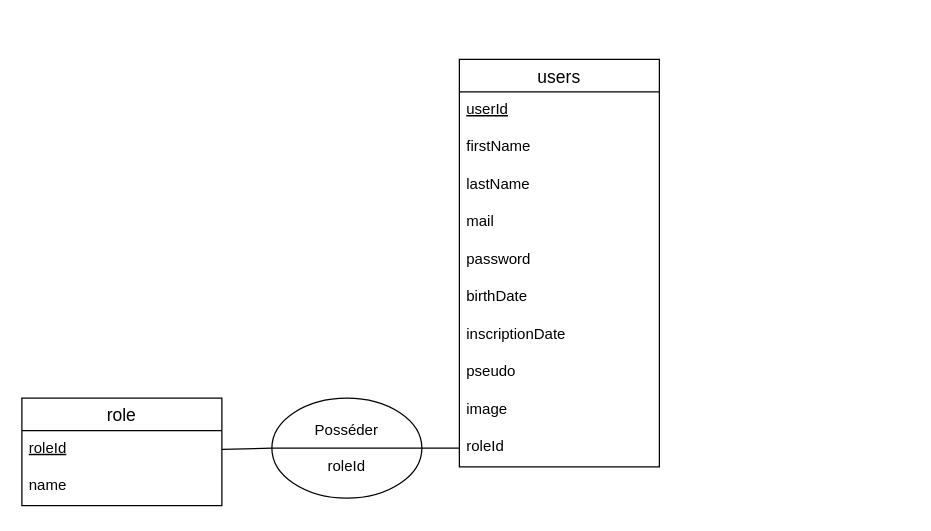
The draw.io diagram page "MCD 2" (2 of 4) of BDD.drawio in Benji290402/TpPHP-SQL, before the edit. Source tidied: cells renumbered, new cells numbered last; positions are measured from the earlier drawing's top-left corner, leaving out a move shared by most shapes. Both pictures are drawn from the tidied source at 125%, with x=0, y=0 at pixel (21, 59).
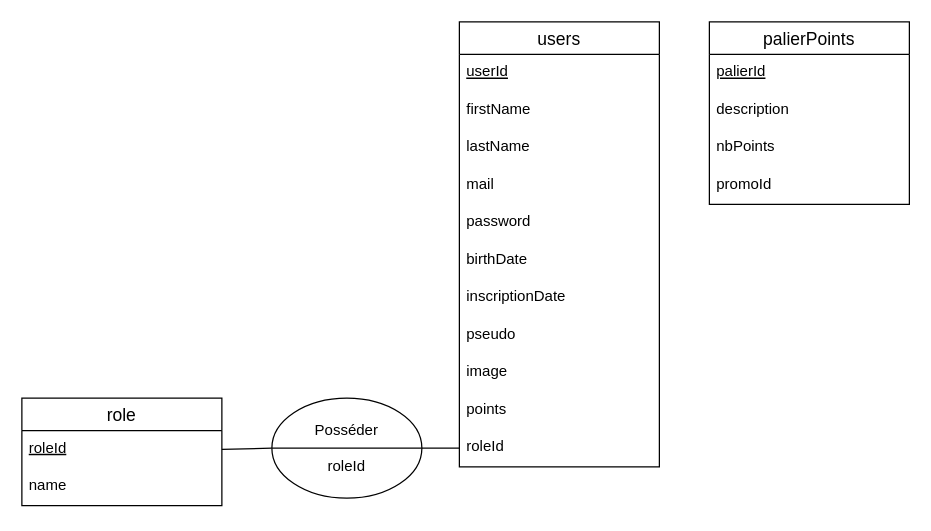
The same page after the edit.

The edit, as a diff of the source:
```diff
@@
     <mxCell id="2" value="users" style="swimlane;fontStyle=0;horizontal=1;startSize=26;align=center;fontSize=14;" parent="1" vertex="1">
-      <mxGeometry x="350" width="160" height="326" as="geometry" />
+      <mxGeometry x="350" y="-30" width="160" height="356" as="geometry" />
     </mxCell>
@@
+    <mxCell id="20" value="points" style="text;strokeColor=none;fillColor=none;spacingLeft=4;spacingRight=4;overflow=hidden;fontSize=12;" parent="2" vertex="1">
+      <mxGeometry y="296" width="160" height="30" as="geometry" />
+    </mxCell>
     <mxCell id="12" value="roleId" style="text;strokeColor=none;fillColor=none;spacingLeft=4;spacingRight=4;overflow=hidden;points=[[0,0.5],[1,0.5]];portConstraint=eastwest;fontSize=12;" parent="2" vertex="1">
-      <mxGeometry y="296" width="160" height="30" as="geometry" />
+      <mxGeometry y="326" width="160" height="30" as="geometry" />
     </mxCell>
@@
+    <mxCell id="21" value="palierPoints" style="swimlane;fontStyle=0;horizontal=1;startSize=26;align=center;fontSize=14;" parent="1" vertex="1">
+      <mxGeometry x="550" y="-30" width="160" height="146" as="geometry" />
+    </mxCell>
+    <mxCell id="22" value="palierId" style="text;strokeColor=none;fillColor=none;spacingLeft=4;spacingRight=4;overflow=hidden;fontSize=12;fontStyle=4;" parent="21" vertex="1">
+      <mxGeometry y="26" width="160" height="30" as="geometry" />
+    </mxCell>
+    <mxCell id="23" value="description" style="text;strokeColor=none;fillColor=none;spacingLeft=4;spacingRight=4;overflow=hidden;fontSize=12;" parent="21" vertex="1">
+      <mxGeometry y="56" width="160" height="30" as="geometry" />
+    </mxCell>
+    <mxCell id="24" value="nbPoints" style="text;strokeColor=none;fillColor=none;spacingLeft=4;spacingRight=4;overflow=hidden;fontSize=12;" parent="21" vertex="1">
+      <mxGeometry y="86" width="160" height="30" as="geometry" />
+    </mxCell>
+    <mxCell id="25" value="promoId" style="text;strokeColor=none;fillColor=none;spacingLeft=4;spacingRight=4;overflow=hidden;fontSize=12;" parent="21" vertex="1">
+      <mxGeometry y="116" width="160" height="30" as="geometry" />
+    </mxCell>
```
